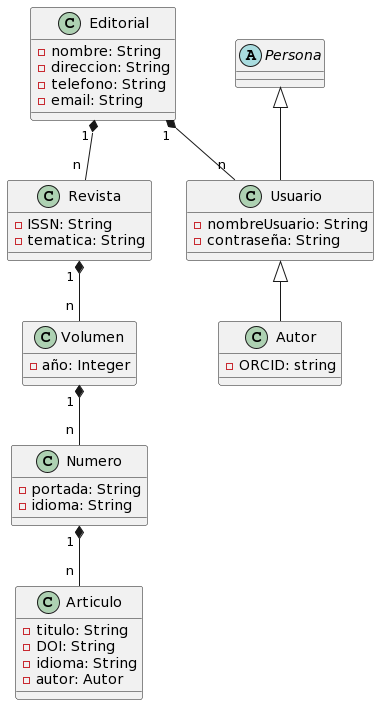
This is 000-entregas/Grupo4/modeloDelDominio/modeloDelDominio.png from mmasias/IdSw1-22-23, a PlantUML export, as it was before one commit. The source it was exported from:
```plantuml
@startuml
class Editorial{
    -nombre: String
    -direccion: String
    -telefono: String
    -email: String
}
class Revista {
    -ISSN: String
    -tematica: String
}

class Volumen {
    -año: Integer
}

class Numero {
    -portada: String
    -idioma: String
}

class Articulo {
    -titulo: String
    -DOI: String
    -idioma: String
    -autor: Autor
}

abstract class Persona {
}

class Usuario extends Persona {
    -nombreUsuario: String
    -contraseña: String
}

class Autor extends Usuario {
    -ORCID: string
}

Editorial "1 " *--  "n " Revista
Revista "1 " *-- "n " Volumen
Volumen "1 " *-- "n " Numero
Numero "1 " *-- "n " Articulo

Editorial "1 " *--  " n" Usuario
@enduml
```
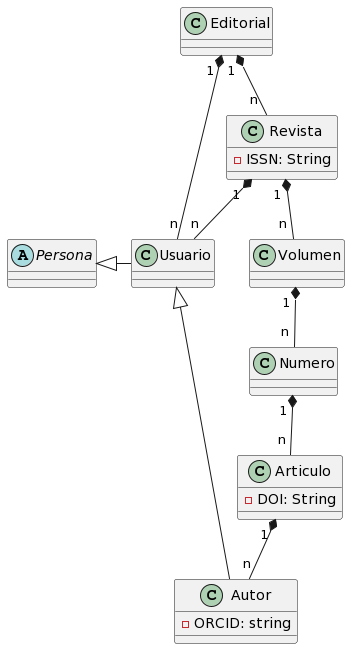
Later version of the same file.

Commit message:
update modelo del dominio

What changed in the source:
```diff
@@ -1,47 +1,29 @@
 @startuml
-class Editorial{
-    -nombre: String
-    -direccion: String
-    -telefono: String
-    -email: String
-}
+class Editorial
+class Volumen
+class Numero
+abstract class Persona
+class Usuario
+
 class Revista {
     -ISSN: String
-    -tematica: String
-}
-
-class Volumen {
-    -año: Integer
-}
-
-class Numero {
-    -portada: String
-    -idioma: String
 }
 
 class Articulo {
-    -titulo: String
     -DOI: String
-    -idioma: String
-    -autor: Autor
 }
-
-abstract class Persona {
-}
-
-class Usuario extends Persona {
-    -nombreUsuario: String
-    -contraseña: String
-}
-
 class Autor extends Usuario {
     -ORCID: string
 }
+
+Usuario -l-|> Persona
 
 Editorial "1 " *--  "n " Revista
 Revista "1 " *-- "n " Volumen
 Volumen "1 " *-- "n " Numero
 Numero "1 " *-- "n " Articulo
+Articulo "1 " *--  " n" Autor
+Revista"1 " *--  " n" Usuario
 
 Editorial "1 " *--  " n" Usuario
 @enduml
```
